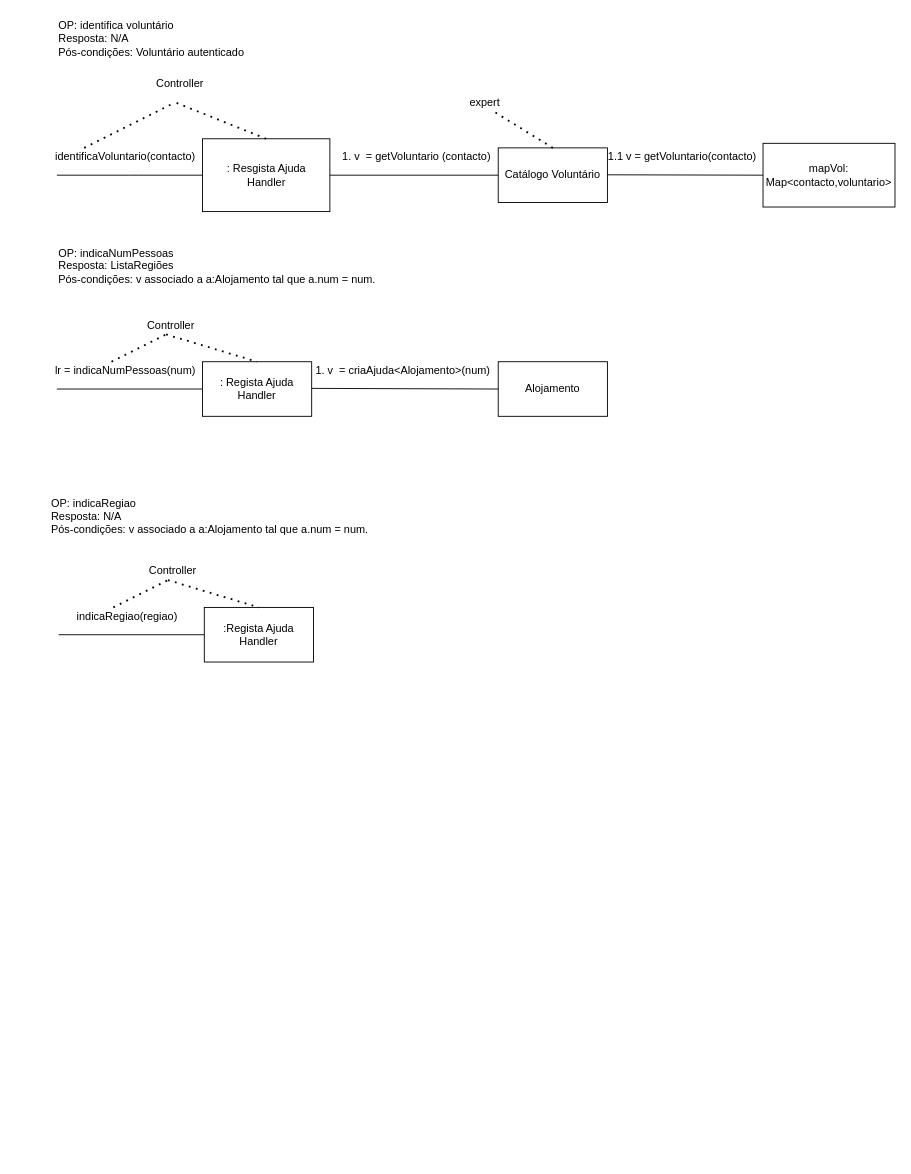
Above: MMdiagramainteracao.drawio in paulobolinhas/DCO (draw.io), before the change. Source tidied: cells renumbered, new cells numbered last; positions are measured from the earlier drawing's top-left corner, leaving out a move shared by most shapes. Both pictures are drawn from the tidied source at 91%, with x=0, y=0 at pixel (47, 15).
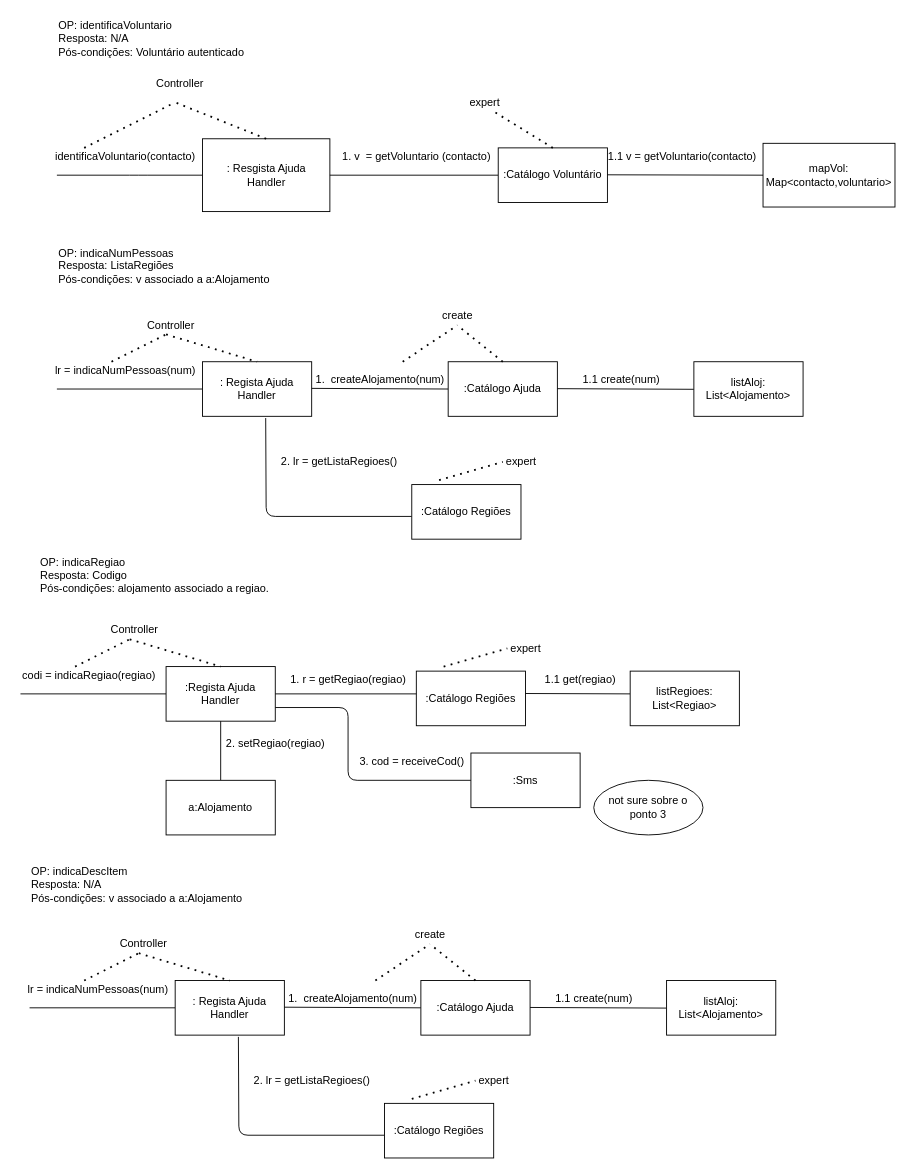
The same diagram, later.

Unchanged cells that the change refers to:
```xml
<mxCell id="21" value=": Regista Ajuda&lt;br&gt;Handler" style="rounded=0;whiteSpace=wrap;html=1;" parent="1" vertex="1">
  <mxGeometry x="170" y="380" width="120" height="60" as="geometry" />
</mxCell>
```

Diff of the diagram source:
```diff
@@
-    <mxCell id="2" value="OP: identifica voluntário&lt;br&gt;Resposta: N/A&lt;br&gt;Pós-condições: Voluntário autenticado" style="text;html=1;align=left;verticalAlign=middle;strokeColor=none;fillColor=none;" parent="1" vertex="1">
+    <mxCell id="2" value="OP: identificaVoluntario&lt;br&gt;Resposta: N/A&lt;br&gt;Pós-condições: Voluntário autenticado" style="text;html=1;align=left;verticalAlign=middle;strokeColor=none;fillColor=none;" parent="1" vertex="1">
       <mxGeometry x="10" width="220" height="50" as="geometry" />
     </mxCell>
@@
-    <mxCell id="9" value="Catálogo Voluntário" style="rounded=0;whiteSpace=wrap;html=1;" parent="1" vertex="1">
+    <mxCell id="9" value=":Catálogo Voluntário" style="rounded=0;whiteSpace=wrap;html=1;" parent="1" vertex="1">
       <mxGeometry x="495" y="145" width="120" height="60" as="geometry" />
     </mxCell>
@@
-    <mxCell id="18" value="OP: indicaNumPessoas&lt;br&gt;Resposta: ListaRegiões&lt;br&gt;Pós-condições:&amp;nbsp;v associado a a:Alojamento tal que a.num = num." style="text;html=1;align=left;verticalAlign=middle;strokeColor=none;fillColor=none;" parent="1" vertex="1">
-      <mxGeometry x="10" y="250" width="360" height="50" as="geometry" />
+    <mxCell id="18" value="OP: indicaNumPessoas&lt;br&gt;Resposta: ListaRegiões&lt;br&gt;Pós-condições:&amp;nbsp;v associado a a:Alojamento" style="text;html=1;align=left;verticalAlign=middle;strokeColor=none;fillColor=none;" parent="1" vertex="1">
+      <mxGeometry x="10" y="250" width="250" height="50" as="geometry" />
     </mxCell>
@@
-    <mxCell id="26" value="Alojamento" style="rounded=0;whiteSpace=wrap;html=1;" parent="1" vertex="1">
-      <mxGeometry x="495" y="380" width="120" height="60" as="geometry" />
+    <mxCell id="26" value=":Catálogo Ajuda" style="rounded=0;whiteSpace=wrap;html=1;" parent="1" vertex="1">
+      <mxGeometry x="440" y="380" width="120" height="60" as="geometry" />
     </mxCell>
-    <mxCell id="27" value="1. v&amp;nbsp; = criaAjuda&amp;lt;Alojamento&amp;gt;(num)" style="text;html=1;align=center;verticalAlign=middle;strokeColor=none;fillColor=none;" parent="1" vertex="1">
-      <mxGeometry x="285" y="380" width="210" height="20" as="geometry" />
+    <mxCell id="27" value="1.&amp;nbsp; createAlojamento(num)" style="text;html=1;align=center;verticalAlign=middle;strokeColor=none;fillColor=none;" parent="1" vertex="1">
+      <mxGeometry x="285" y="390" width="160" height="20" as="geometry" />
     </mxCell>
-    <mxCell id="28" value="indicaRegiao(regiao)" style="text;html=1;align=center;verticalAlign=middle;strokeColor=none;fillColor=none;" parent="1" vertex="1">
-      <mxGeometry x="22" y="650" width="130" height="20" as="geometry" />
+    <mxCell id="28" value="codi = indicaRegiao(regiao)" style="text;html=1;align=center;verticalAlign=middle;strokeColor=none;fillColor=none;" parent="1" vertex="1">
+      <mxGeometry x="-35" y="715" width="160" height="20" as="geometry" />
     </mxCell>
     <mxCell id="29" style="endArrow=none;html=1;" parent="1" edge="1" target="30">
       <mxGeometry relative="1" as="geometry">
-        <mxPoint x="12" y="680" as="sourcePoint" />
+        <mxPoint x="-30" y="745" as="sourcePoint" />
       </mxGeometry>
     </mxCell>
     <mxCell id="30" value=":Regista Ajuda&lt;br&gt;Handler" style="rounded=0;whiteSpace=wrap;html=1;" parent="1" vertex="1">
-      <mxGeometry x="172" y="650" width="120" height="60" as="geometry" />
+      <mxGeometry x="130" y="715" width="120" height="60" as="geometry" />
     </mxCell>
     <mxCell id="31" style="endArrow=none;dashed=1;html=1;dashPattern=1 3;strokeWidth=2;" parent="1" edge="1">
       <mxGeometry relative="1" as="geometry">
-        <mxPoint x="72" y="650" as="sourcePoint" />
-        <mxPoint x="132" y="620" as="targetPoint" />
+        <mxPoint x="30" y="715" as="sourcePoint" />
+        <mxPoint x="90" y="685" as="targetPoint" />
       </mxGeometry>
     </mxCell>
     <mxCell id="32" style="endArrow=none;dashed=1;html=1;dashPattern=1 3;strokeWidth=2;entryX=0.5;entryY=0;entryDx=0;entryDy=0;" parent="1" edge="1" target="30">
       <mxGeometry relative="1" as="geometry">
-        <mxPoint x="132" y="620" as="sourcePoint" />
+        <mxPoint x="90" y="685" as="sourcePoint" />
       </mxGeometry>
     </mxCell>
     <mxCell id="33" value="Controller" style="text;html=1;align=center;verticalAlign=middle;strokeColor=none;fillColor=none;" parent="1" vertex="1">
-      <mxGeometry x="102" y="600" width="70" height="20" as="geometry" />
+      <mxGeometry x="60" y="665" width="70" height="20" as="geometry" />
     </mxCell>
-    <mxCell id="34" value="OP: indicaRegiao&lt;br&gt;Resposta: N/A&lt;br&gt;Pós-condições:&amp;nbsp;v associado a a:Alojamento tal que a.num = num." style="text;html=1;align=left;verticalAlign=middle;strokeColor=none;fillColor=none;" parent="1" vertex="1">
-      <mxGeometry x="2" y="525" width="360" height="50" as="geometry" />
+    <mxCell id="34" value="OP: indicaRegiao&lt;br&gt;Resposta: Codigo&lt;br&gt;Pós-condições: alojamento associado a regiao." style="text;html=1;align=left;verticalAlign=middle;strokeColor=none;fillColor=none;" parent="1" vertex="1">
+      <mxGeometry x="-10" y="590" width="270" height="50" as="geometry" />
     </mxCell>
+    <mxCell id="35" style="endArrow=none;html=1;exitX=0.579;exitY=1.032;exitDx=0;exitDy=0;exitPerimeter=0;" parent="1" edge="1" source="21">
+      <mxGeometry relative="1" as="geometry">
+        <mxPoint x="400" y="550" as="targetPoint" />
+        <Array as="points">
+          <mxPoint x="240" y="550" />
+        </Array>
+      </mxGeometry>
+    </mxCell>
+    <mxCell id="36" value="2. lr = getListaRegioes()" style="text;html=1;align=center;verticalAlign=middle;strokeColor=none;fillColor=none;" parent="1" vertex="1">
+      <mxGeometry x="250" y="480" width="140" height="20" as="geometry" />
+    </mxCell>
+    <mxCell id="37" value=":Catálogo Regiões" style="rounded=0;whiteSpace=wrap;html=1;" parent="1" vertex="1">
+      <mxGeometry x="400" y="515" width="120" height="60" as="geometry" />
+    </mxCell>
+    <mxCell id="38" style="endArrow=none;html=1;exitX=1;exitY=0.5;exitDx=0;exitDy=0;" parent="1" edge="1" source="30">
+      <mxGeometry relative="1" as="geometry">
+        <mxPoint x="410" y="745" as="targetPoint" />
+      </mxGeometry>
+    </mxCell>
+    <mxCell id="39" style="endArrow=none;dashed=1;html=1;dashPattern=1 3;strokeWidth=2;" parent="1" edge="1">
+      <mxGeometry relative="1" as="geometry">
+        <mxPoint x="390" y="380" as="sourcePoint" />
+        <mxPoint x="450" y="340" as="targetPoint" />
+      </mxGeometry>
+    </mxCell>
+    <mxCell id="40" style="endArrow=none;dashed=1;html=1;dashPattern=1 3;strokeWidth=2;exitX=0.5;exitY=0;exitDx=0;exitDy=0;" parent="1" edge="1" source="26">
+      <mxGeometry relative="1" as="geometry">
+        <mxPoint x="450" y="340" as="targetPoint" />
+      </mxGeometry>
+    </mxCell>
+    <mxCell id="41" value="create" style="text;html=1;align=center;verticalAlign=middle;strokeColor=none;fillColor=none;" parent="1" vertex="1">
+      <mxGeometry x="425" y="320" width="50" height="20" as="geometry" />
+    </mxCell>
+    <mxCell id="42" style="endArrow=none;dashed=1;html=1;dashPattern=1 3;strokeWidth=2;" parent="1" edge="1">
+      <mxGeometry relative="1" as="geometry">
+        <mxPoint x="430" y="510" as="sourcePoint" />
+        <mxPoint x="500" y="490" as="targetPoint" />
+      </mxGeometry>
+    </mxCell>
+    <mxCell id="43" value="expert" style="text;html=1;align=center;verticalAlign=middle;strokeColor=none;fillColor=none;" parent="1" vertex="1">
+      <mxGeometry x="495" y="480" width="50" height="20" as="geometry" />
+    </mxCell>
+    <mxCell id="44" value="1. r = getRegiao(regiao)" style="text;html=1;align=center;verticalAlign=middle;strokeColor=none;fillColor=none;" parent="1" vertex="1">
+      <mxGeometry x="260" y="720" width="140" height="20" as="geometry" />
+    </mxCell>
+    <mxCell id="45" value=":Catálogo Regiões" style="rounded=0;whiteSpace=wrap;html=1;" parent="1" vertex="1">
+      <mxGeometry x="405" y="720" width="120" height="60" as="geometry" />
+    </mxCell>
+    <mxCell id="46" style="endArrow=none;html=1;exitX=1;exitY=0.5;exitDx=0;exitDy=0;" parent="1" edge="1">
+      <mxGeometry relative="1" as="geometry">
+        <mxPoint x="525" y="744.6" as="sourcePoint" />
+        <mxPoint x="640" y="745" as="targetPoint" />
+      </mxGeometry>
+    </mxCell>
+    <mxCell id="47" value="1.1 get(regiao)" style="text;html=1;align=center;verticalAlign=middle;strokeColor=none;fillColor=none;" parent="1" vertex="1">
+      <mxGeometry x="540" y="720" width="90" height="20" as="geometry" />
+    </mxCell>
+    <mxCell id="48" value="listRegioes: List&amp;lt;Regiao&amp;gt;" style="rounded=0;whiteSpace=wrap;html=1;" parent="1" vertex="1">
+      <mxGeometry x="640" y="720" width="120" height="60" as="geometry" />
+    </mxCell>
+    <mxCell id="49" style="endArrow=none;html=1;entryX=0;entryY=0.5;entryDx=0;entryDy=0;" parent="1" edge="1">
+      <mxGeometry relative="1" as="geometry">
+        <mxPoint x="560" y="409.6" as="sourcePoint" />
+        <mxPoint x="710" y="410.3" as="targetPoint" />
+      </mxGeometry>
+    </mxCell>
+    <mxCell id="50" value="listAloj: List&amp;lt;Alojamento&amp;gt;" style="rounded=0;whiteSpace=wrap;html=1;" parent="1" vertex="1">
+      <mxGeometry x="710" y="380" width="120" height="60" as="geometry" />
+    </mxCell>
+    <mxCell id="51" value="1.1 create(num)" style="text;html=1;align=center;verticalAlign=middle;strokeColor=none;fillColor=none;" parent="1" vertex="1">
+      <mxGeometry x="580" y="390" width="100" height="20" as="geometry" />
+    </mxCell>
+    <mxCell id="52" style="endArrow=none;dashed=1;html=1;dashPattern=1 3;strokeWidth=2;" parent="1" edge="1">
+      <mxGeometry relative="1" as="geometry">
+        <mxPoint x="435" y="715" as="sourcePoint" />
+        <mxPoint x="505" y="695" as="targetPoint" />
+      </mxGeometry>
+    </mxCell>
+    <mxCell id="53" value="expert" style="text;html=1;align=center;verticalAlign=middle;strokeColor=none;fillColor=none;" parent="1" vertex="1">
+      <mxGeometry x="500" y="685" width="50" height="20" as="geometry" />
+    </mxCell>
+    <mxCell id="54" style="endArrow=none;html=1;exitX=0.5;exitY=1;exitDx=0;exitDy=0;" parent="1" edge="1" source="30">
+      <mxGeometry relative="1" as="geometry">
+        <mxPoint x="190" y="840" as="targetPoint" />
+      </mxGeometry>
+    </mxCell>
+    <mxCell id="55" value="a:Alojamento" style="rounded=0;whiteSpace=wrap;html=1;" parent="1" vertex="1">
+      <mxGeometry x="130" y="840" width="120" height="60" as="geometry" />
+    </mxCell>
+    <mxCell id="56" value="2. setRegiao(regiao)" style="text;html=1;align=center;verticalAlign=middle;strokeColor=none;fillColor=none;" parent="1" vertex="1">
+      <mxGeometry x="190" y="790" width="120" height="20" as="geometry" />
+    </mxCell>
+    <mxCell id="57" value="OP: indicaDescItem&lt;br&gt;Resposta: N/A&lt;br&gt;Pós-condições:&amp;nbsp;v associado a a:Alojamento" style="text;html=1;align=left;verticalAlign=middle;strokeColor=none;fillColor=none;" parent="1" vertex="1">
+      <mxGeometry x="-20" y="930" width="250" height="50" as="geometry" />
+    </mxCell>
+    <mxCell id="58" value="lr = indicaNumPessoas(num)" style="text;html=1;align=center;verticalAlign=middle;strokeColor=none;fillColor=none;" parent="1" vertex="1">
+      <mxGeometry x="-30" y="1060" width="170" height="20" as="geometry" />
+    </mxCell>
+    <mxCell id="59" style="endArrow=none;html=1;" parent="1" edge="1" target="60">
+      <mxGeometry relative="1" as="geometry">
+        <mxPoint x="-20" y="1090" as="sourcePoint" />
+      </mxGeometry>
+    </mxCell>
+    <mxCell id="60" value=": Regista Ajuda&lt;br&gt;Handler" style="rounded=0;whiteSpace=wrap;html=1;" parent="1" vertex="1">
+      <mxGeometry x="140" y="1060" width="120" height="60" as="geometry" />
+    </mxCell>
+    <mxCell id="61" style="endArrow=none;dashed=1;html=1;dashPattern=1 3;strokeWidth=2;" parent="1" edge="1">
+      <mxGeometry relative="1" as="geometry">
+        <mxPoint x="40" y="1060" as="sourcePoint" />
+        <mxPoint x="100" y="1030" as="targetPoint" />
+      </mxGeometry>
+    </mxCell>
+    <mxCell id="62" style="endArrow=none;dashed=1;html=1;dashPattern=1 3;strokeWidth=2;entryX=0.5;entryY=0;entryDx=0;entryDy=0;" parent="1" edge="1" target="60">
+      <mxGeometry relative="1" as="geometry">
+        <mxPoint x="100" y="1030" as="sourcePoint" />
+      </mxGeometry>
+    </mxCell>
+    <mxCell id="63" value="Controller" style="text;html=1;align=center;verticalAlign=middle;strokeColor=none;fillColor=none;" parent="1" vertex="1">
+      <mxGeometry x="70" y="1010" width="70" height="20" as="geometry" />
+    </mxCell>
+    <mxCell id="64" style="endArrow=none;html=1;entryX=0;entryY=0.5;entryDx=0;entryDy=0;" parent="1" edge="1" target="65">
+      <mxGeometry relative="1" as="geometry">
+        <mxPoint x="260" y="1089.3" as="sourcePoint" />
+      </mxGeometry>
+    </mxCell>
+    <mxCell id="65" value=":Catálogo Ajuda" style="rounded=0;whiteSpace=wrap;html=1;" parent="1" vertex="1">
+      <mxGeometry x="410" y="1060" width="120" height="60" as="geometry" />
+    </mxCell>
+    <mxCell id="66" value="1.&amp;nbsp; createAlojamento(num)" style="text;html=1;align=center;verticalAlign=middle;strokeColor=none;fillColor=none;" parent="1" vertex="1">
+      <mxGeometry x="255" y="1070" width="160" height="20" as="geometry" />
+    </mxCell>
+    <mxCell id="67" style="endArrow=none;html=1;exitX=0.579;exitY=1.032;exitDx=0;exitDy=0;exitPerimeter=0;" parent="1" edge="1" source="60">
+      <mxGeometry relative="1" as="geometry">
+        <mxPoint x="370" y="1230" as="targetPoint" />
+        <Array as="points">
+          <mxPoint x="210" y="1230" />
+        </Array>
+      </mxGeometry>
+    </mxCell>
+    <mxCell id="68" value="2. lr = getListaRegioes()" style="text;html=1;align=center;verticalAlign=middle;strokeColor=none;fillColor=none;" parent="1" vertex="1">
+      <mxGeometry x="220" y="1160" width="140" height="20" as="geometry" />
+    </mxCell>
+    <mxCell id="69" value=":Catálogo Regiões" style="rounded=0;whiteSpace=wrap;html=1;" parent="1" vertex="1">
+      <mxGeometry x="370" y="1195" width="120" height="60" as="geometry" />
+    </mxCell>
+    <mxCell id="70" style="endArrow=none;dashed=1;html=1;dashPattern=1 3;strokeWidth=2;" parent="1" edge="1">
+      <mxGeometry relative="1" as="geometry">
+        <mxPoint x="360" y="1060" as="sourcePoint" />
+        <mxPoint x="420" y="1020" as="targetPoint" />
+      </mxGeometry>
+    </mxCell>
+    <mxCell id="71" style="endArrow=none;dashed=1;html=1;dashPattern=1 3;strokeWidth=2;exitX=0.5;exitY=0;exitDx=0;exitDy=0;" parent="1" edge="1" source="65">
+      <mxGeometry relative="1" as="geometry">
+        <mxPoint x="420" y="1020" as="targetPoint" />
+      </mxGeometry>
+    </mxCell>
+    <mxCell id="72" value="create" style="text;html=1;align=center;verticalAlign=middle;strokeColor=none;fillColor=none;" parent="1" vertex="1">
+      <mxGeometry x="395" y="1000" width="50" height="20" as="geometry" />
+    </mxCell>
+    <mxCell id="73" style="endArrow=none;dashed=1;html=1;dashPattern=1 3;strokeWidth=2;" parent="1" edge="1">
+      <mxGeometry relative="1" as="geometry">
+        <mxPoint x="400" y="1190" as="sourcePoint" />
+        <mxPoint x="470" y="1170" as="targetPoint" />
+      </mxGeometry>
+    </mxCell>
+    <mxCell id="74" value="expert" style="text;html=1;align=center;verticalAlign=middle;strokeColor=none;fillColor=none;" parent="1" vertex="1">
+      <mxGeometry x="465" y="1160" width="50" height="20" as="geometry" />
+    </mxCell>
+    <mxCell id="75" style="endArrow=none;html=1;entryX=0;entryY=0.5;entryDx=0;entryDy=0;" parent="1" edge="1">
+      <mxGeometry relative="1" as="geometry">
+        <mxPoint x="530" y="1089.6" as="sourcePoint" />
+        <mxPoint x="680" y="1090.3" as="targetPoint" />
+      </mxGeometry>
+    </mxCell>
+    <mxCell id="76" value="listAloj: List&amp;lt;Alojamento&amp;gt;" style="rounded=0;whiteSpace=wrap;html=1;" parent="1" vertex="1">
+      <mxGeometry x="680" y="1060" width="120" height="60" as="geometry" />
+    </mxCell>
+    <mxCell id="77" value="1.1 create(num)" style="text;html=1;align=center;verticalAlign=middle;strokeColor=none;fillColor=none;" parent="1" vertex="1">
+      <mxGeometry x="550" y="1070" width="100" height="20" as="geometry" />
+    </mxCell>
+    <mxCell id="78" style="endArrow=none;html=1;entryX=0;entryY=0.5;entryDx=0;entryDy=0;" parent="1" edge="1" target="80">
+      <mxGeometry relative="1" as="geometry">
+        <mxPoint x="250" y="760" as="sourcePoint" />
+        <Array as="points">
+          <mxPoint x="330" y="760" />
+          <mxPoint x="330" y="840" />
+        </Array>
+      </mxGeometry>
+    </mxCell>
+    <mxCell id="79" value="3. cod = receiveCod()" style="text;html=1;align=center;verticalAlign=middle;strokeColor=none;fillColor=none;" parent="1" vertex="1">
+      <mxGeometry x="335" y="810" width="130" height="20" as="geometry" />
+    </mxCell>
+    <mxCell id="80" value=":Sms" style="rounded=0;whiteSpace=wrap;html=1;" parent="1" vertex="1">
+      <mxGeometry x="465" y="810" width="120" height="60" as="geometry" />
+    </mxCell>
+    <mxCell id="81" value="not sure sobre o ponto 3" style="ellipse;whiteSpace=wrap;html=1;" parent="1" vertex="1">
+      <mxGeometry x="600" y="840" width="120" height="60" as="geometry" />
+    </mxCell>
```
